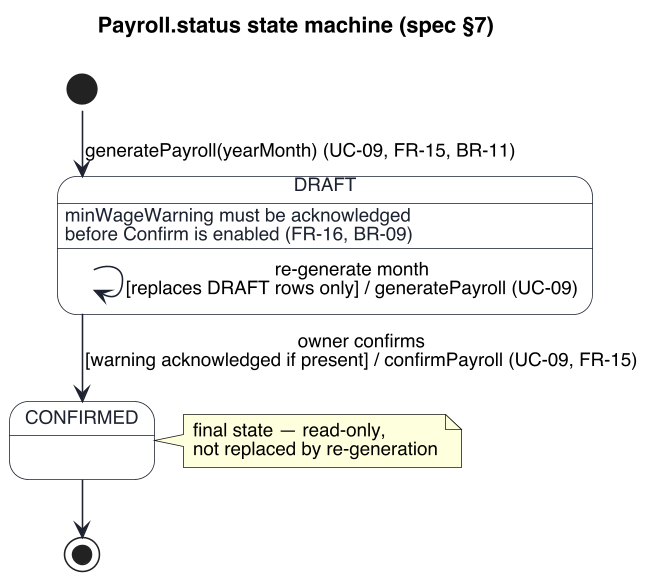
Above: uml/state-payroll.png in keemlogan/shiftswap (PlantUML), before the change.
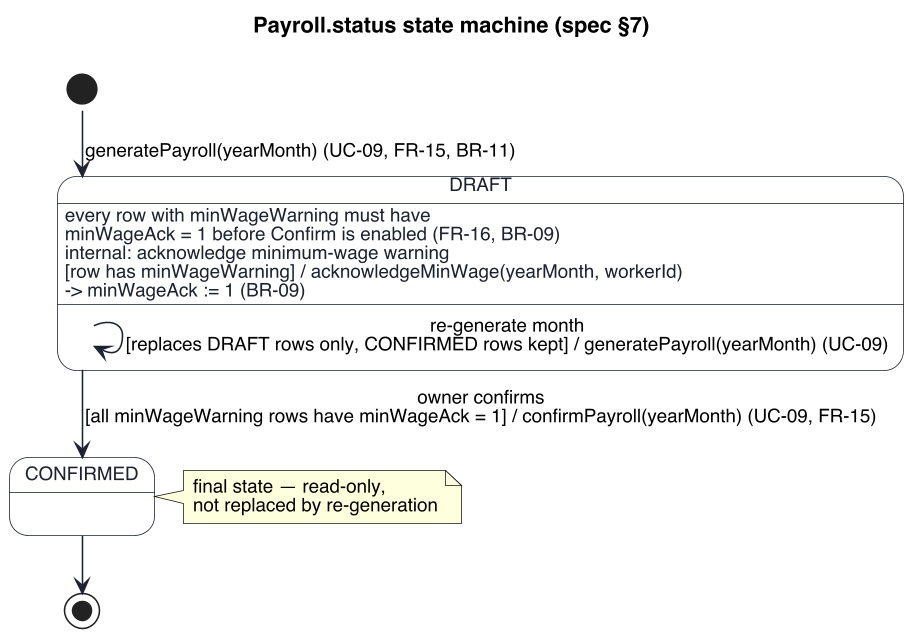
After the commit.

What changed in the source:
```diff
@@ -17,11 +17,12 @@
 [*] --> DRAFT : generatePayroll(yearMonth) (UC-09, FR-15, BR-11)
 
 state DRAFT {
-  DRAFT : minWageWarning must be acknowledged\nbefore Confirm is enabled (FR-16, BR-09)
-  DRAFT --> DRAFT : re-generate month\n[replaces DRAFT rows only] / generatePayroll (UC-09)
+  DRAFT : every row with minWageWarning must have\nminWageAck = 1 before Confirm is enabled (FR-16, BR-09)
+  DRAFT : internal: acknowledge minimum-wage warning\n[row has minWageWarning] / acknowledgeMinWage(yearMonth, workerId)\n-> minWageAck := 1 (BR-09)
+  DRAFT --> DRAFT : re-generate month\n[replaces DRAFT rows only, CONFIRMED rows kept] / generatePayroll(yearMonth) (UC-09)
 }
 
-DRAFT --> CONFIRMED : owner confirms\n[warning acknowledged if present] / confirmPayroll (UC-09, FR-15)
+DRAFT --> CONFIRMED : owner confirms\n[all minWageWarning rows have minWageAck = 1] / confirmPayroll(yearMonth) (UC-09, FR-15)
 
 CONFIRMED --> [*]
 
```
